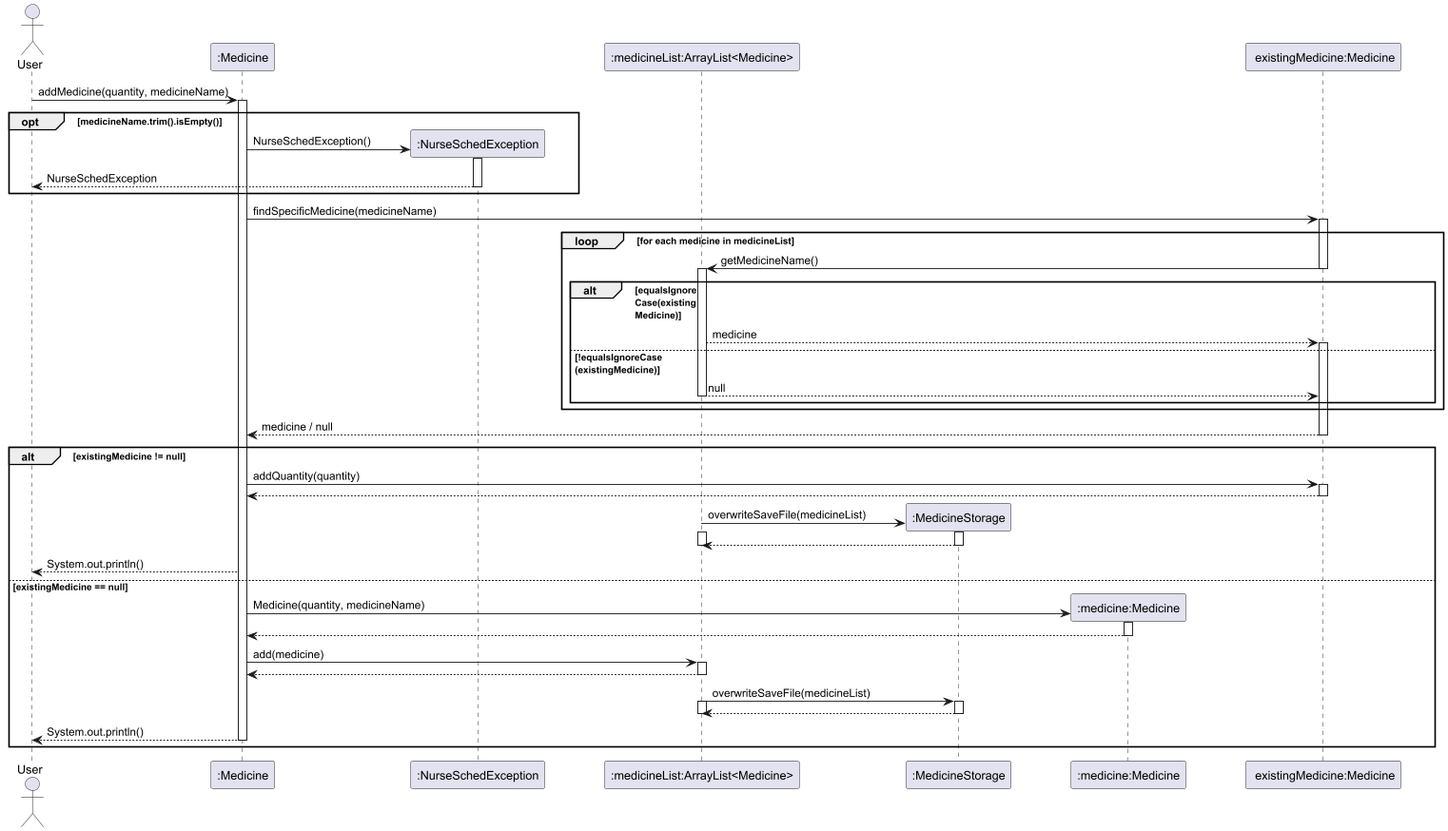
AY2425S2-CS2113-T11b-3/tp keeps this PlantUML diagram as docs/assets/medicineImages/AddMedicineSequenceDiagram.png. Above is the earlier version.
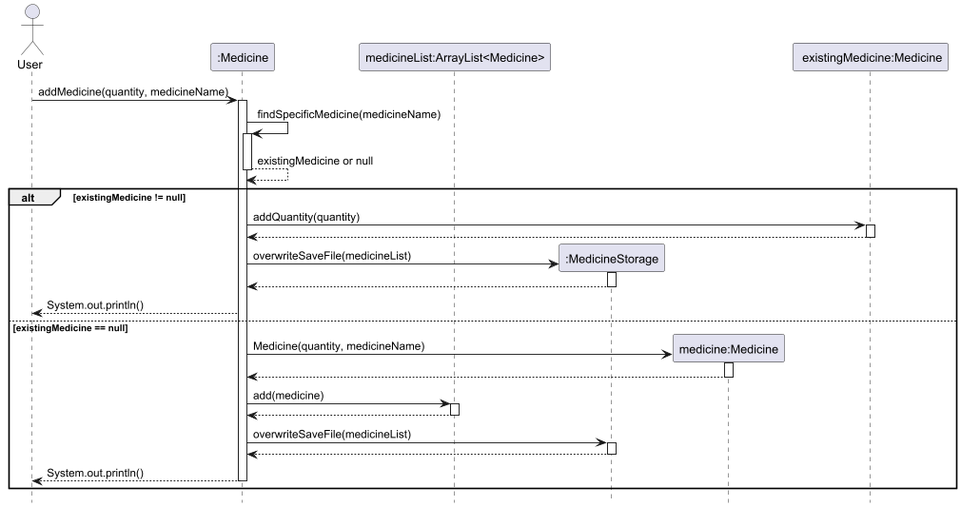
The same diagram one commit later.

Change to the diagram source:
```diff
@@ -1,47 +1,21 @@
 @startuml
-skinparam ParticipantPadding 30
+hide footbox
 
 Actor User
 participant ":Medicine" as Medicine
-participant ":NurseSchedException" as NurseSchedException
-participant ":medicineList:ArrayList<Medicine>" as medicineList
+participant "medicineList:ArrayList<Medicine>" as medicineList
 participant ":MedicineStorage" as medicineStorage
-participant ":medicine:Medicine" as medicine
+participant "medicine:Medicine" as medicine
 participant " existingMedicine:Medicine" as existingMedicine
-
 
 User -> Medicine: addMedicine(quantity, medicineName)
 activate Medicine
-opt medicineName.trim().isEmpty()
-create NurseSchedException
-Medicine -> NurseSchedException : NurseSchedException()
-activate NurseSchedException
+Medicine -> Medicine : findSpecificMedicine(medicineName)
+activate Medicine
+Medicine --> Medicine : existingMedicine or null
+deactivate Medicine
 
-NurseSchedException --> User : NurseSchedException
-    deactivate NurseSchedException
-end
 
-Medicine -> existingMedicine : findSpecificMedicine(medicineName)
-activate existingMedicine
-loop for each medicine in medicineList
-existingMedicine -> medicineList : getMedicineName()
-deactivate existingMedicine
-activate medicineList
-alt equalsIgnore\nCase(existing\nMedicine)
-
-medicineList --> existingMedicine: medicine
-activate existingMedicine
-
-else !equalsIgnoreCase\n(existingMedicine)
-medicineList --> existingMedicine: null
-deactivate medicineList
-end
-activate existingMedicine
-
-end
-
-existingMedicine --> Medicine : medicine / null
-deactivate existingMedicine
 
 alt existingMedicine != null
 Medicine -> existingMedicine : addQuantity(quantity)
@@ -50,12 +24,10 @@
 deactivate existingMedicine
 
 create medicineStorage
-medicineList ->medicineStorage : overwriteSaveFile(medicineList)
-activate medicineList
+Medicine ->medicineStorage : overwriteSaveFile(medicineList)
 activate medicineStorage
-medicineStorage --> medicineList
+medicineStorage --> Medicine
 deactivate medicineStorage
-deactivate medicineList
 Medicine -->User : System.out.println()
 
 else existingMedicine == null
@@ -70,15 +42,16 @@
 medicineList --> Medicine
 deactivate medicineList
 
-medicineList -> medicineStorage : overwriteSaveFile(medicineList)
-activate medicineList
+Medicine -> medicineStorage : overwriteSaveFile(medicineList)
+
 activate medicineStorage
-medicineStorage --> medicineList
+medicineStorage --> Medicine
 deactivate medicineStorage
-deactivate medicineList
+
 
 Medicine -->User : System.out.println()
 deactivate Medicine
 end
 
+
 @enduml
```
